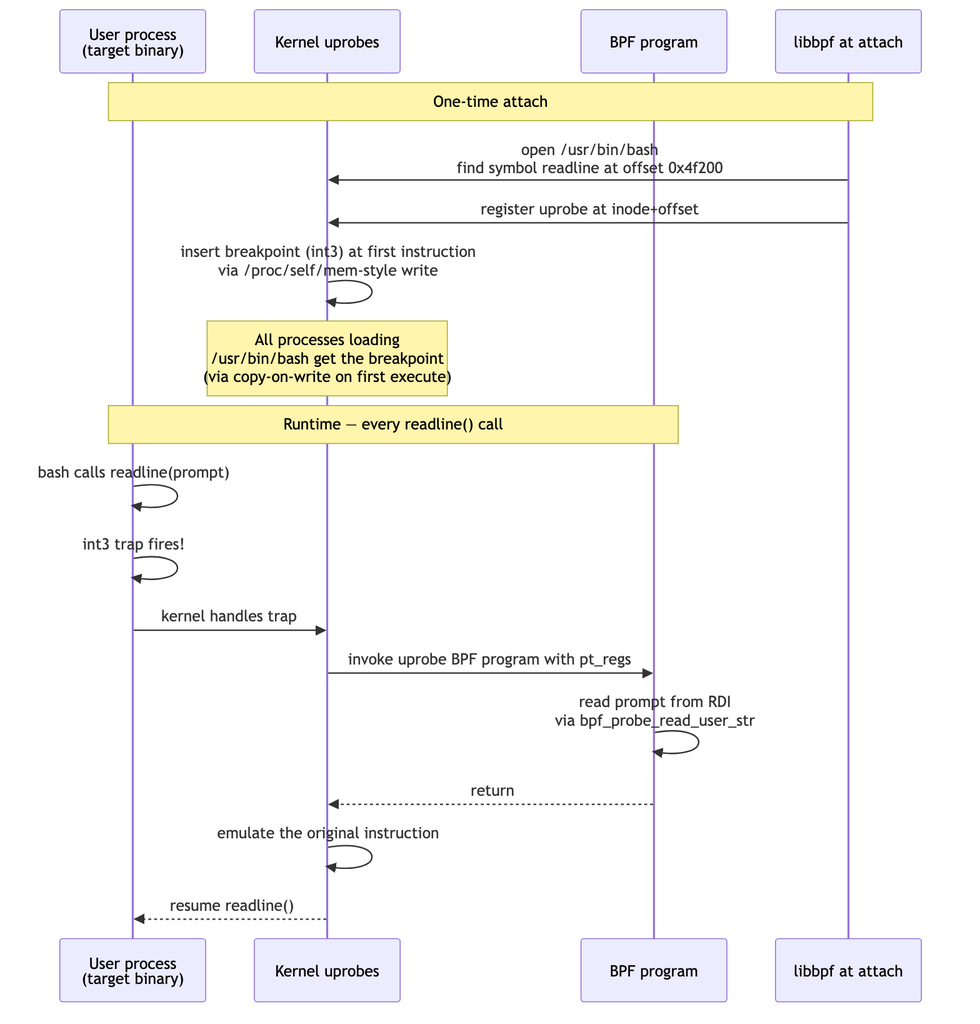
Above: ebpf/src/diagrams/day10_uprobe_attach.png in biefy/books (Mermaid), before the change. Its source is kept beside it as ebpf/src/diagrams/src/day10_uprobe_attach.mmd.
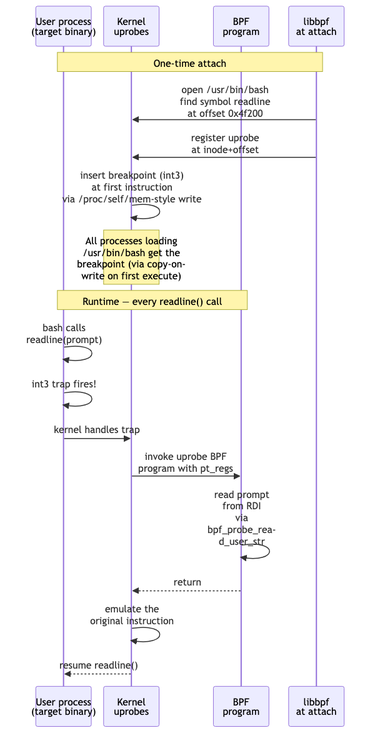
The same file after the commit.

The edit, as a diff of the source:
```diff
@@ -1,21 +1,22 @@
+%%{init: {"sequence": {"actorMargin": 20, "width": 90, "noteMargin": 6, "messageMargin": 18, "wrap": true}}}%%
 sequenceDiagram
     participant USER as User process<br/>(target binary)
-    participant K as Kernel uprobes
-    participant BPF as BPF program
-    participant LD as libbpf at attach
+    participant K as Kernel<br/>uprobes
+    participant BPF as BPF<br/>program
+    participant LD as libbpf<br/>at attach
 
     Note over USER,LD: One-time attach
-    LD->>K: open /usr/bin/bash<br/>find symbol readline at offset 0x4f200
-    LD->>K: register uprobe at inode+offset
-    K->>K: insert breakpoint (int3) at first instruction<br/>via /proc/self/mem-style write
-    Note over K: All processes loading<br/>/usr/bin/bash get the breakpoint<br/>(via copy-on-write on first execute)
+    LD->>K: open /usr/bin/bash<br/>find symbol readline<br/>at offset 0x4f200
+    LD->>K: register uprobe<br/>at inode+offset
+    K->>K: insert breakpoint (int3)<br/>at first instruction<br/>via /proc/self/mem-style write
+    Note over K: All processes loading<br/>/usr/bin/bash get the<br/>breakpoint (via copy-on-<br/>write on first execute)
 
     Note over USER,BPF: Runtime — every readline() call
-    USER->>USER: bash calls readline(prompt)
+    USER->>USER: bash calls<br/>readline(prompt)
     USER->>USER: int3 trap fires!
     USER->>K: kernel handles trap
-    K->>BPF: invoke uprobe BPF program with pt_regs
+    K->>BPF: invoke uprobe BPF<br/>program with pt_regs
     BPF->>BPF: read prompt from RDI<br/>via bpf_probe_read_user_str
     BPF-->>K: return
-    K->>K: emulate the original instruction
+    K->>K: emulate the<br/>original instruction
     K-->>USER: resume readline()
```
